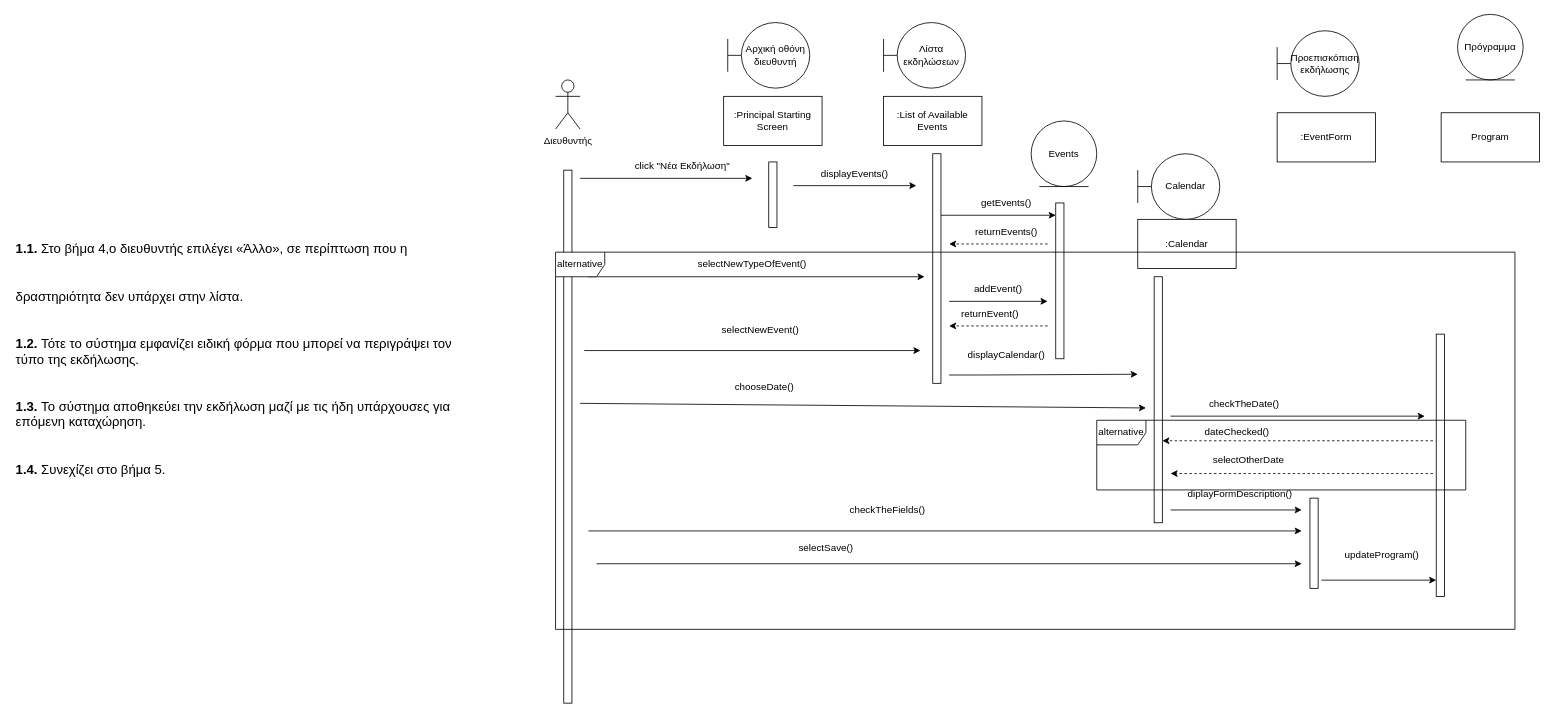
m1kemp/School-Hero keeps this draw.io diagram as Παραδοτέο4/sequencePrincipal1Mike.drawio. Above is the earlier version. Source tidied: cells renumbered, new cells numbered last; positions are measured from the earlier drawing's top-left corner, leaving out a move shared by most shapes. Both pictures are drawn from the tidied source at 82%, with x=0, y=0 at pixel (14, 14).
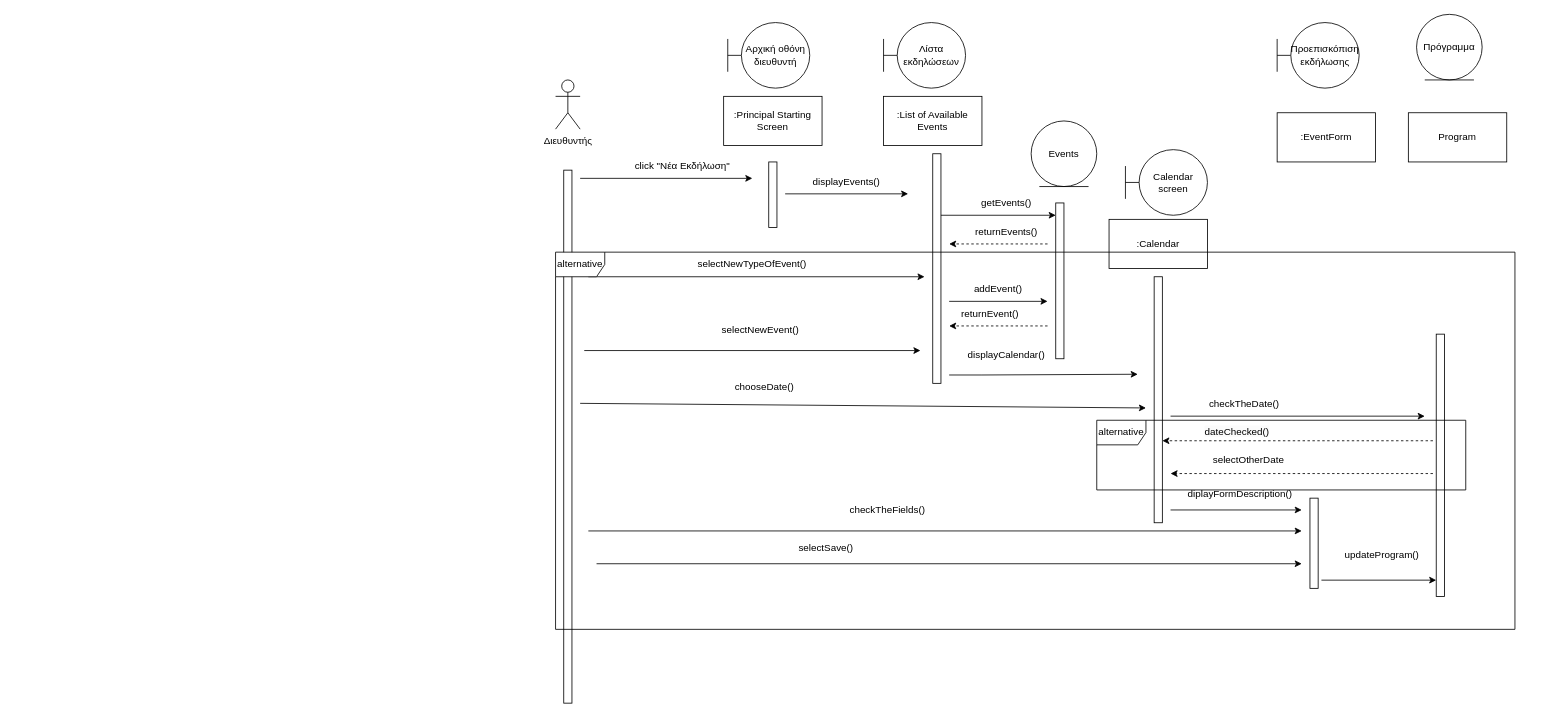
After the change.

Commit message (it also covers changes not shown here):
principal_final_sequence

Diff of the diagram source:
```diff
@@
     <mxCell id="5" value="Προεπισκόπιση&lt;br&gt;εκδήλωσης" style="shape=umlBoundary;whiteSpace=wrap;html=1;" parent="1" vertex="1">
-      <mxGeometry x="1540" y="20" width="100" height="80" as="geometry" />
+      <mxGeometry x="1540" y="10" width="100" height="80" as="geometry" />
     </mxCell>
     <mxCell id="6" value="Πρόγραμμα" style="ellipse;shape=umlEntity;whiteSpace=wrap;html=1;" parent="1" vertex="1">
-      <mxGeometry x="1760" width="80" height="80" as="geometry" />
+      <mxGeometry x="1710" width="80" height="80" as="geometry" />
     </mxCell>
@@
     <mxCell id="12" style="endArrow=classic;html=1;rounded=0;" parent="1" edge="1">
       <mxGeometry relative="1" as="geometry">
-        <mxPoint x="950" y="208.9" as="sourcePoint" />
-        <mxPoint x="1100" y="208.9" as="targetPoint" />
+        <mxPoint x="940" y="218.9" as="sourcePoint" />
+        <mxPoint x="1090" y="218.9" as="targetPoint" />
       </mxGeometry>
     </mxCell>
     <mxCell id="13" value="displayEvents()" style="text;html=1;strokeColor=none;fillColor=none;align=center;verticalAlign=middle;whiteSpace=wrap;rounded=0;" parent="1" vertex="1">
-      <mxGeometry x="980" y="180" width="90" height="30" as="geometry" />
+      <mxGeometry x="970" y="190" width="90" height="30" as="geometry" />
     </mxCell>
@@
-    <mxCell id="24" value="Calendar" style="shape=umlBoundary;whiteSpace=wrap;html=1;" parent="1" vertex="1">
-      <mxGeometry x="1370" y="170" width="100" height="80" as="geometry" />
+    <mxCell id="24" value="Calendar screen" style="shape=umlBoundary;whiteSpace=wrap;html=1;" parent="1" vertex="1">
+      <mxGeometry x="1355" y="165" width="100" height="80" as="geometry" />
     </mxCell>
@@
     <mxCell id="38" value=":Calendar" style="rounded=0;whiteSpace=wrap;html=1;" parent="1" vertex="1">
-      <mxGeometry x="1370" y="250" width="120" height="60" as="geometry" />
+      <mxGeometry x="1335" y="250" width="120" height="60" as="geometry" />
     </mxCell>
@@
     <mxCell id="40" value="Program" style="rounded=0;whiteSpace=wrap;html=1;" parent="1" vertex="1">
-      <mxGeometry x="1740" y="120" width="120" height="60" as="geometry" />
+      <mxGeometry x="1700" y="120" width="120" height="60" as="geometry" />
     </mxCell>
-    <mxCell id="41" value="&lt;div title=&quot;Page 12&quot; class=&quot;page&quot;&gt;&#10;   &lt;div class=&quot;layoutArea&quot;&gt;&#10;    &lt;div class=&quot;column&quot;&gt;&#10;     &lt;p&gt;&lt;span style=&quot;font-size: 12.000000pt; font-family: 'Calibri'; font-weight: 700&quot;&gt;1.1. &lt;/span&gt;&lt;span style=&quot;font-size: 12.000000pt; font-family: 'Calibri'&quot;&gt;Στο βήμα 4,ο διευθυντής επιλέγει «Άλλο», σε περίπτωση που η&#10;&lt;/span&gt;&lt;/p&gt;&#10;     &lt;p&gt;&lt;span style=&quot;font-size: 12.000000pt; font-family: 'Calibri'&quot;&gt;δραστηριότητα δεν υπάρχει στην λίστα.&#10;&lt;/span&gt;&lt;/p&gt;&#10;     &lt;p&gt;&lt;span style=&quot;font-size: 12.000000pt; font-family: 'Calibri'; font-weight: 700&quot;&gt;1.2. &lt;/span&gt;&lt;span style=&quot;font-size: 12.000000pt; font-family: 'Calibri'&quot;&gt;Τότε το σύστημα εμφανίζει ειδική φόρμα που μπορεί να περιγράψει τον&#10;τύπο της εκδήλωσης.&#10;&lt;/span&gt;&lt;/p&gt;&#10;     &lt;p&gt;&lt;span style=&quot;font-size: 12.000000pt; font-family: 'Calibri'; font-weight: 700&quot;&gt;1.3. &lt;/span&gt;&lt;span style=&quot;font-size: 12.000000pt; font-family: 'Calibri'&quot;&gt;Το σύστημα αποθηκεύει την εκδήλωση μαζί με τις ήδη υπάρχουσες για&#10;επόμενη καταχώρηση.&#10;&lt;/span&gt;&lt;/p&gt;&#10;     &lt;p&gt;&lt;span style=&quot;font-size: 12.000000pt; font-family: 'Calibri'; font-weight: 700&quot;&gt;1.4. &lt;/span&gt;&lt;span style=&quot;font-size: 12.000000pt; font-family: 'Calibri'&quot;&gt;Συνεχίζει στο βήμα 5.&#10;&lt;/span&gt;&lt;/p&gt;&#10;    &lt;/div&gt;&#10;   &lt;/div&gt;&#10;  &lt;/div&gt;" style="text;whiteSpace=wrap;html=1;" parent="1" vertex="1">
-      <mxGeometry y="215" width="560" height="460" as="geometry" />
-    </mxCell>
```
